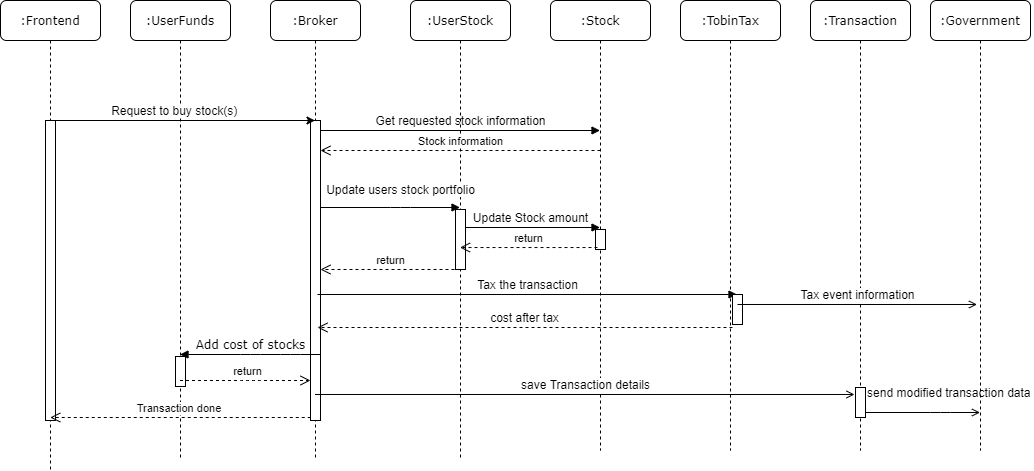
The draw.io diagram DIAGRAMMER/SD_Sell.png in TristanMoe/ITONK_PROJEKT_01, before a commit. Source tidied: cells renumbered, new cells last; positions are measured from the earlier drawing's top-left corner, leaving out a move shared by most shapes.
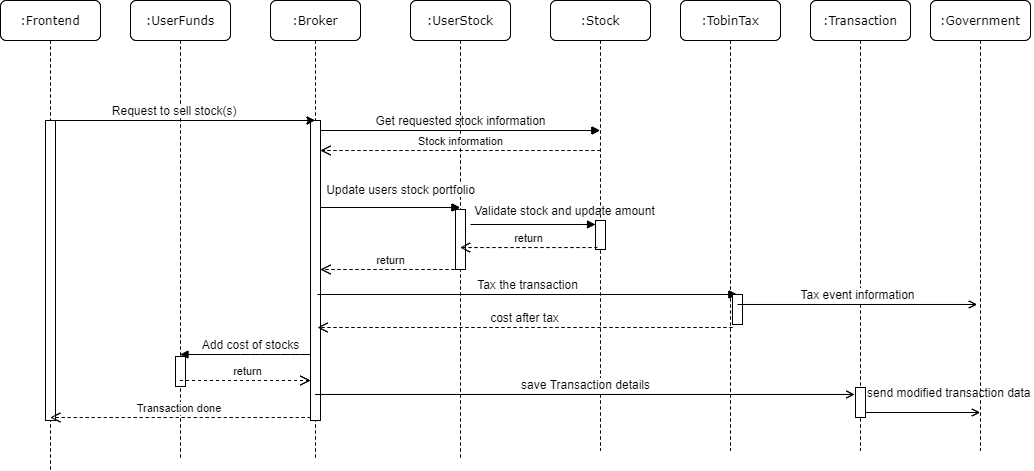
After the commit.

What changed in the source:
```diff
@@ -36,7 +36,7 @@
         <mxPoint x="50" y="120" as="sourcePoint" />
       </mxGeometry>
     </mxCell>
-    <mxCell id="12" value="Add cost of stocks" style="html=1;verticalAlign=bottom;endArrow=block;labelBackgroundColor=none;fontFamily=Verdana;fontSize=12;" parent="1" edge="1">
+    <mxCell id="12" value="&lt;font face=&quot;Helvetica&quot;&gt;Add cost of stocks&lt;/font&gt;" style="html=1;verticalAlign=bottom;endArrow=block;labelBackgroundColor=none;fontFamily=Verdana;fontSize=12;" parent="1" edge="1">
       <mxGeometry relative="1" as="geometry">
         <mxPoint x="319.5" y="354" as="sourcePoint" />
         <mxPoint x="179.5" y="354" as="targetPoint" />
@@ -91,10 +91,9 @@
         </Array>
       </mxGeometry>
     </mxCell>
-    <mxCell id="21" value="&lt;font style=&quot;font-size: 12px&quot;&gt;Update Stock amount&lt;/font&gt;" style="html=1;verticalAlign=bottom;endArrow=block;" parent="1" edge="1">
-      <mxGeometry relative="1" as="geometry">
-        <mxPoint x="460" y="227" as="sourcePoint" />
-        <mxPoint x="599.5" y="227" as="targetPoint" />
+    <mxCell id="21" value="&lt;font style=&quot;font-size: 12px&quot;&gt;Validate stock and update amount&lt;/font&gt;" style="html=1;verticalAlign=bottom;endArrow=block;" parent="1" edge="1" target="52">
+      <mxGeometry x="0.5" y="4" relative="1" as="geometry">
+        <mxPoint x="470" y="224" as="sourcePoint" />
       </mxGeometry>
     </mxCell>
     <mxCell id="22" style="html=1;perimeter=orthogonalPerimeter;rounded=0;shadow=0;comic=0;labelBackgroundColor=none;strokeWidth=1;fontFamily=Verdana;fontSize=12;align=center;" parent="1" vertex="1">
@@ -146,5 +145,133 @@
     <mxCell id="32" value="&lt;font style=&quot;font-size: 12px&quot;&gt;save Transaction details&lt;/font&gt;" style="html=1;verticalAlign=bottom;endArrow=open;endFill=0;entryX=-0.1;entryY=0.233;entryDx=0;entryDy=0;entryPerimeter=0;" parent="1" edge="1" source="4" target="14">
       <mxGeometry relative="1" as="geometry" />
     </mxCell>
+    <mxCell id="33" value=":UserFunds" style="shape=umlLifeline;perimeter=lifelinePerimeter;whiteSpace=wrap;html=1;rounded=1;shadow=0;comic=0;labelBackgroundColor=none;strokeWidth=1;fontFamily=Verdana;fontSize=12;align=center;" parent="1" vertex="1">
+      <mxGeometry x="130" width="100" height="460" as="geometry" />
+    </mxCell>
+    <mxCell id="34" style="html=1;perimeter=orthogonalPerimeter;rounded=0;shadow=0;comic=0;labelBackgroundColor=none;strokeWidth=1;fontFamily=Verdana;fontSize=12;align=center;" parent="33" vertex="1">
+      <mxGeometry x="45" y="356" width="10" height="30" as="geometry" />
+    </mxCell>
+    <mxCell id="35" value=":Broker" style="shape=umlLifeline;perimeter=lifelinePerimeter;whiteSpace=wrap;html=1;outlineConnect=0;rounded=1;shadow=0;comic=0;labelBackgroundColor=none;strokeWidth=1;fontFamily=Verdana;fontSize=12;align=center;" parent="1" vertex="1">
+      <mxGeometry x="270" width="90" height="460" as="geometry" />
+    </mxCell>
+    <mxCell id="36" style="html=1;points=[];perimeter=orthogonalPerimeter;rounded=0;shadow=0;comic=0;labelBackgroundColor=none;strokeWidth=1;fontFamily=Verdana;fontSize=12;align=center;" parent="35" vertex="1">
+      <mxGeometry x="40" y="120" width="10" height="300" as="geometry" />
+    </mxCell>
+    <mxCell id="37" value="&lt;font style=&quot;font-size: 12px&quot;&gt;Get requested stock information&lt;/font&gt;" style="html=1;verticalAlign=bottom;endArrow=block;" parent="35" edge="1" target="39">
+      <mxGeometry relative="1" as="geometry">
+        <mxPoint x="50" y="130" as="sourcePoint" />
+      </mxGeometry>
+    </mxCell>
+    <mxCell id="38" value=":UserStock" style="shape=umlLifeline;perimeter=lifelinePerimeter;whiteSpace=wrap;html=1;rounded=1;shadow=0;comic=0;labelBackgroundColor=none;strokeWidth=1;fontFamily=Verdana;fontSize=12;align=center;" parent="1" vertex="1">
+      <mxGeometry x="410" width="100" height="460" as="geometry" />
+    </mxCell>
+    <mxCell id="39" value=":Stock" style="shape=umlLifeline;perimeter=lifelinePerimeter;whiteSpace=wrap;html=1;outlineConnect=0;rounded=1;shadow=0;comic=0;labelBackgroundColor=none;strokeWidth=1;fontFamily=Verdana;fontSize=12;align=center;" parent="1" vertex="1">
+      <mxGeometry x="550" width="100" height="450" as="geometry" />
+    </mxCell>
+    <mxCell id="40" value=":Frontend" style="shape=umlLifeline;perimeter=lifelinePerimeter;whiteSpace=wrap;html=1;rounded=1;shadow=0;comic=0;labelBackgroundColor=none;strokeWidth=1;fontFamily=Verdana;fontSize=12;align=center;" parent="1" vertex="1">
+      <mxGeometry width="100" height="470" as="geometry" />
+    </mxCell>
+    <mxCell id="41" style="html=1;perimeter=orthogonalPerimeter;rounded=0;shadow=0;comic=0;labelBackgroundColor=none;strokeWidth=1;fontFamily=Verdana;fontSize=12;align=center;" parent="40" vertex="1">
+      <mxGeometry x="45" y="120" width="10" height="300" as="geometry" />
+    </mxCell>
+    <mxCell id="42" value="&lt;font style=&quot;font-size: 12px&quot;&gt;&amp;nbsp; Request to sell stock(s)&amp;nbsp;&lt;/font&gt;" style="html=1;verticalAlign=bottom;startArrow=none;startFill=0;endArrow=classic;startSize=8;endFill=1;rounded=0;" parent="40" edge="1" target="35">
+      <mxGeometry x="-0.08" relative="1" as="geometry">
+        <mxPoint x="50" y="120" as="sourcePoint" />
+      </mxGeometry>
+    </mxCell>
+    <mxCell id="43" value=":Transaction" style="shape=umlLifeline;perimeter=lifelinePerimeter;whiteSpace=wrap;html=1;rounded=1;shadow=0;comic=0;labelBackgroundColor=none;strokeWidth=1;fontFamily=Verdana;fontSize=12;align=center;" parent="1" vertex="1">
+      <mxGeometry x="810" width="100" height="450" as="geometry" />
+    </mxCell>
+    <mxCell id="44" style="html=1;points=[];perimeter=orthogonalPerimeter;rounded=0;shadow=0;comic=0;labelBackgroundColor=none;strokeWidth=1;fontFamily=Verdana;fontSize=12;align=center;" parent="43" vertex="1">
+      <mxGeometry x="45" y="387" width="10" height="30" as="geometry" />
+    </mxCell>
+    <mxCell id="45" value="&lt;font style=&quot;font-size: 12px&quot;&gt;send modified transaction data&amp;nbsp;&lt;/font&gt;" style="html=1;verticalAlign=bottom;endArrow=open;endFill=0;" parent="43" edge="1" source="44">
+      <mxGeometry x="0.48" y="10" relative="1" as="geometry">
+        <mxPoint x="169.5" y="412" as="targetPoint" />
+        <Array as="points">
+          <mxPoint x="130" y="412" />
+        </Array>
+      </mxGeometry>
+    </mxCell>
+    <mxCell id="46" value=":Government" style="shape=umlLifeline;perimeter=lifelinePerimeter;whiteSpace=wrap;html=1;rounded=1;shadow=0;comic=0;labelBackgroundColor=none;strokeWidth=1;fontFamily=Verdana;fontSize=12;align=center;" parent="1" vertex="1">
+      <mxGeometry x="930" width="100" height="450" as="geometry" />
+    </mxCell>
+    <mxCell id="47" value="return" style="html=1;verticalAlign=bottom;endArrow=open;dashed=1;endSize=8;" parent="1" edge="1">
+      <mxGeometry x="0.01" relative="1" as="geometry">
+        <mxPoint x="179.5" y="380" as="sourcePoint" />
+        <mxPoint x="310" y="380" as="targetPoint" />
+        <Array as="points">
+          <mxPoint x="250" y="380" />
+        </Array>
+        <mxPoint x="1" as="offset" />
+      </mxGeometry>
+    </mxCell>
+    <mxCell id="48" value="Transaction done&amp;nbsp;" style="html=1;verticalAlign=bottom;endArrow=open;dashed=1;endSize=8;" parent="1" edge="1">
+      <mxGeometry relative="1" as="geometry">
+        <mxPoint x="310.2" y="417" as="sourcePoint" />
+        <mxPoint x="49.8" y="417" as="targetPoint" />
+      </mxGeometry>
+    </mxCell>
+    <mxCell id="49" value=":TobinTax" style="shape=umlLifeline;perimeter=lifelinePerimeter;whiteSpace=wrap;html=1;rounded=1;shadow=0;comic=0;labelBackgroundColor=none;strokeWidth=1;fontFamily=Verdana;fontSize=12;align=center;" parent="1" vertex="1">
+      <mxGeometry x="680" width="100" height="450" as="geometry" />
+    </mxCell>
+    <mxCell id="50" value="&lt;font style=&quot;font-size: 12px&quot;&gt;Update users stock portfolio&lt;/font&gt;" style="html=1;verticalAlign=bottom;startArrow=none;startFill=0;endArrow=block;startSize=8;" parent="1" edge="1">
+      <mxGeometry x="0.15" y="8" relative="1" as="geometry">
+        <mxPoint x="320" y="207" as="sourcePoint" />
+        <mxPoint x="459.5" y="207" as="targetPoint" />
+        <Array as="points">
+          <mxPoint x="400" y="207" />
+        </Array>
+      </mxGeometry>
+    </mxCell>
+    <mxCell id="51" style="html=1;perimeter=orthogonalPerimeter;rounded=0;shadow=0;comic=0;labelBackgroundColor=none;strokeWidth=1;fontFamily=Verdana;fontSize=12;align=center;" parent="1" vertex="1">
+      <mxGeometry x="455" y="209" width="10" height="60" as="geometry" />
+    </mxCell>
+    <mxCell id="52" style="html=1;points=[];perimeter=orthogonalPerimeter;rounded=0;shadow=0;comic=0;labelBackgroundColor=none;strokeWidth=1;fontFamily=Verdana;fontSize=12;align=center;" parent="1" vertex="1">
+      <mxGeometry x="595" y="220" width="10" height="29" as="geometry" />
+    </mxCell>
+    <mxCell id="53" value="return" style="html=1;verticalAlign=bottom;endArrow=open;dashed=1;endSize=8;exitX=0.47;exitY=0.488;exitDx=0;exitDy=0;exitPerimeter=0;" parent="1" edge="1">
+      <mxGeometry relative="1" as="geometry">
+        <mxPoint x="597" y="247" as="sourcePoint" />
+        <mxPoint x="459.5" y="247" as="targetPoint" />
+      </mxGeometry>
+    </mxCell>
+    <mxCell id="54" value="return" style="html=1;verticalAlign=bottom;endArrow=open;dashed=1;endSize=8;" parent="1" edge="1">
+      <mxGeometry relative="1" as="geometry">
+        <mxPoint x="460" y="269" as="sourcePoint" />
+        <mxPoint x="320" y="269" as="targetPoint" />
+      </mxGeometry>
+    </mxCell>
+    <mxCell id="55" value="Stock information" style="html=1;verticalAlign=bottom;endArrow=open;dashed=1;endSize=8;" parent="1" edge="1" target="36">
+      <mxGeometry relative="1" as="geometry">
+        <mxPoint x="600" y="150" as="sourcePoint" />
+      </mxGeometry>
+    </mxCell>
+    <mxCell id="56" value="&lt;font style=&quot;font-size: 12px&quot;&gt;Tax the transaction&lt;/font&gt;" style="html=1;verticalAlign=bottom;startArrow=none;startFill=0;endArrow=block;startSize=8;" parent="1" edge="1">
+      <mxGeometry relative="1" as="geometry">
+        <mxPoint x="317" y="294" as="sourcePoint" />
+        <mxPoint x="736.5" y="294" as="targetPoint" />
+      </mxGeometry>
+    </mxCell>
+    <mxCell id="57" value="&lt;font style=&quot;font-size: 12px&quot;&gt;cost after tax&lt;/font&gt;" style="html=1;verticalAlign=bottom;endArrow=open;dashed=1;endSize=8;" parent="1" edge="1">
+      <mxGeometry relative="1" as="geometry">
+        <mxPoint x="732" y="327" as="sourcePoint" />
+        <mxPoint x="317" y="327" as="targetPoint" />
+      </mxGeometry>
+    </mxCell>
+    <mxCell id="58" style="html=1;perimeter=orthogonalPerimeter;rounded=0;shadow=0;comic=0;labelBackgroundColor=none;strokeColor=#000000;strokeWidth=1;fillColor=#FFFFFF;fontFamily=Verdana;fontSize=12;fontColor=#000000;align=center;" parent="1" vertex="1">
+      <mxGeometry x="732" y="294" width="10" height="20" as="geometry" />
+    </mxCell>
+    <mxCell id="59" style="html=1;points=[];perimeter=orthogonalPerimeter;rounded=0;shadow=0;comic=0;labelBackgroundColor=none;strokeWidth=1;fontFamily=Verdana;fontSize=12;align=center;" parent="1" vertex="1">
+      <mxGeometry x="732" y="294" width="10" height="30" as="geometry" />
+    </mxCell>
+    <mxCell id="60" value="&lt;font style=&quot;font-size: 12px&quot;&gt;Tax event information&lt;/font&gt;" style="html=1;verticalAlign=bottom;endArrow=open;endFill=0;exitX=0.5;exitY=0.333;exitDx=0;exitDy=0;exitPerimeter=0;" parent="1" edge="1" source="59">
+      <mxGeometry relative="1" as="geometry">
+        <mxPoint x="976.5" y="304" as="targetPoint" />
+      </mxGeometry>
+    </mxCell>
+    <mxCell id="61" value="&lt;font style=&quot;font-size: 12px&quot;&gt;save Transaction details&lt;/font&gt;" style="html=1;verticalAlign=bottom;endArrow=open;endFill=0;entryX=-0.1;entryY=0.233;entryDx=0;entryDy=0;entryPerimeter=0;" parent="1" edge="1" source="35" target="44">
+      <mxGeometry relative="1" as="geometry" />
+    </mxCell>
   </root>
 </mxGraphModel>
```
